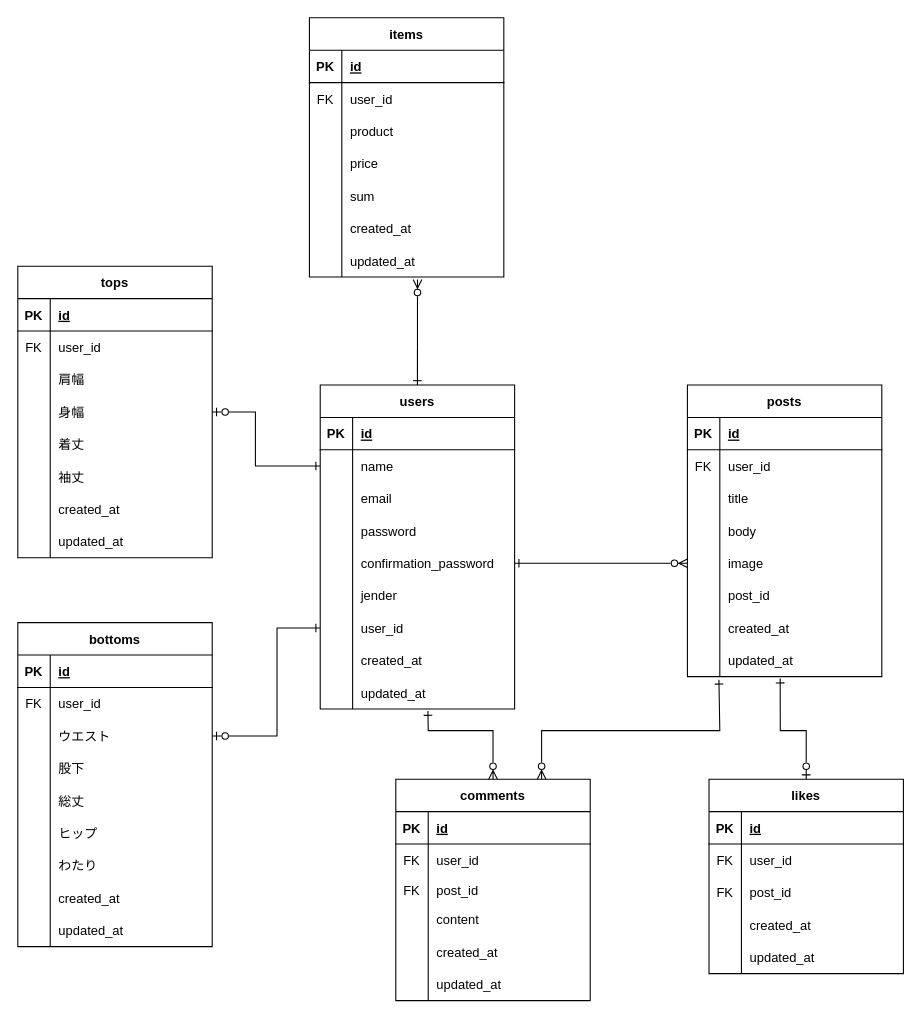
The draw.io diagram net_shopping.drawio in suzuki-yuka-27/net_shopping_size, before the edit. Source tidied: cells renumbered, new cells numbered last; positions are measured from the earlier drawing's top-left corner, leaving out a move shared by most shapes. Both pictures are drawn from the tidied source at 108%, with x=0, y=0 at pixel (17, 17).
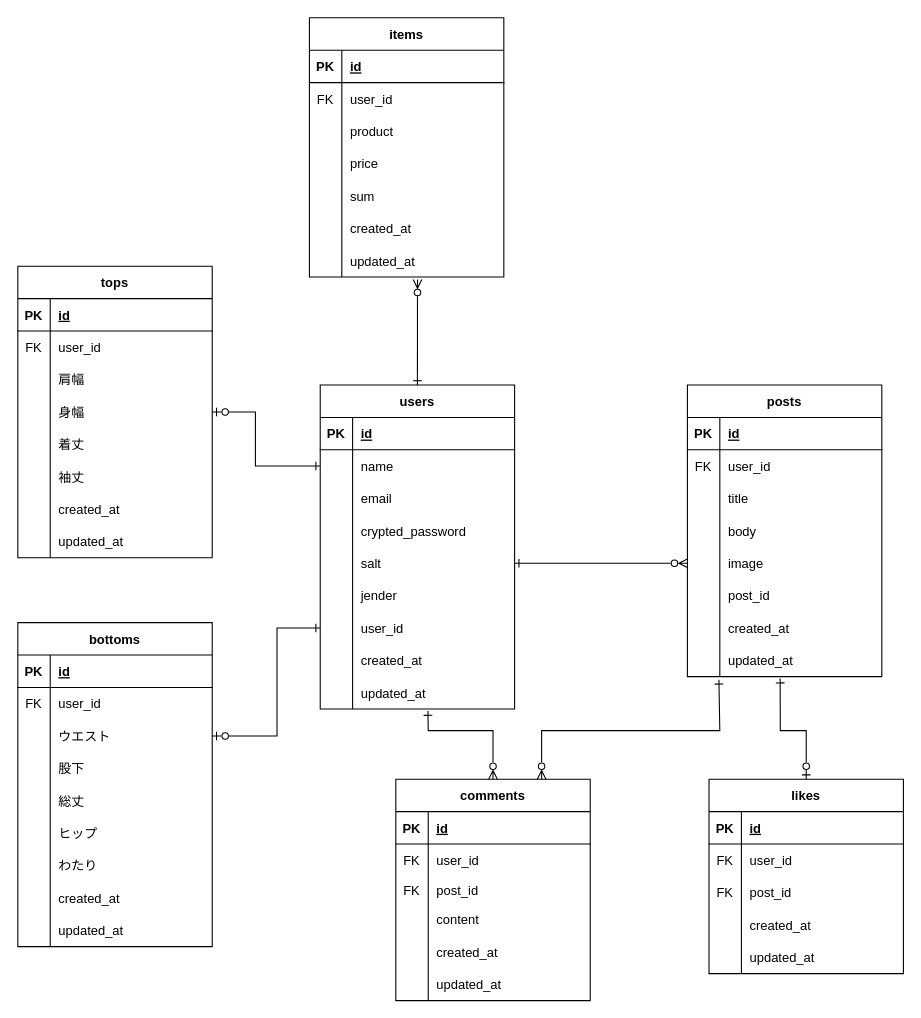
The same diagram, later.

Unchanged cells that the change refers to:
```xml
<mxCell id="12" style="shape=tableRow;horizontal=0;startSize=0;swimlaneHead=0;swimlaneBody=0;fillColor=none;top=0;left=0;right=0;bottom=0;rounded=0;shadow=0;glass=0;sketch=0;" parent="2" vertex="1">
  <mxGeometry y="120" width="180" height="30" as="geometry" />
</mxCell>
<mxCell id="15" style="shape=tableRow;horizontal=0;startSize=0;swimlaneHead=0;swimlaneBody=0;fillColor=none;points=[[0,0.5],[1,0.5]];portConstraint=eastwest;top=0;left=0;right=0;bottom=0;rounded=0;shadow=0;glass=0;sketch=0;" parent="2" vertex="1">
  <mxGeometry y="150" width="180" height="30" as="geometry" />
</mxCell>
```

Diff of the diagram source:
```diff
@@
-    <mxCell id="14" value="password" style="shape=partialRectangle;fillColor=none;top=0;left=0;bottom=0;right=0;align=left;spacingLeft=6;overflow=hidden;rounded=0;shadow=0;glass=0;sketch=0;" parent="12" vertex="1">
+    <mxCell id="14" value="crypted_password" style="shape=partialRectangle;fillColor=none;top=0;left=0;bottom=0;right=0;align=left;spacingLeft=6;overflow=hidden;rounded=0;shadow=0;glass=0;sketch=0;" parent="12" vertex="1">
       <mxGeometry x="30" width="150" height="30" as="geometry" />
     </mxCell>
@@
-    <mxCell id="17" value="confirmation_password" style="shape=partialRectangle;fillColor=none;top=0;left=0;bottom=0;right=0;align=left;spacingLeft=6;overflow=hidden;rounded=0;shadow=0;glass=0;sketch=0;" parent="15" vertex="1">
+    <mxCell id="17" value="salt" style="shape=partialRectangle;fillColor=none;top=0;left=0;bottom=0;right=0;align=left;spacingLeft=6;overflow=hidden;rounded=0;shadow=0;glass=0;sketch=0;" parent="15" vertex="1">
       <mxGeometry x="30" width="150" height="30" as="geometry" />
     </mxCell>
```
